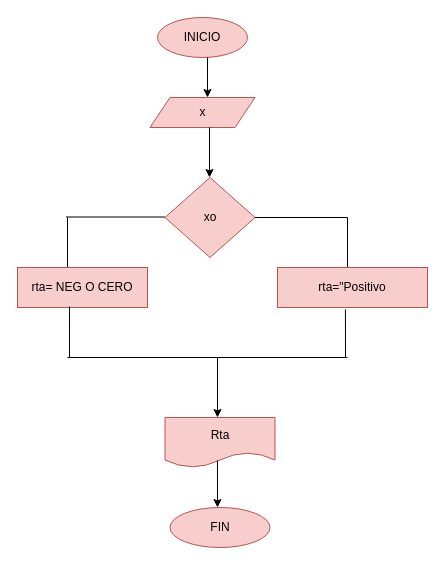
Above: ejercicio.1/diagrama.drawio in mariagomez1-hub/taller_condicionales (draw.io), before the change. Source tidied: cells renumbered, new cells numbered last; positions are measured from the earlier drawing's top-left corner, leaving out a move shared by most shapes. Both pictures are drawn from the tidied source at 100%, with x=0, y=0 at pixel (17, 17).
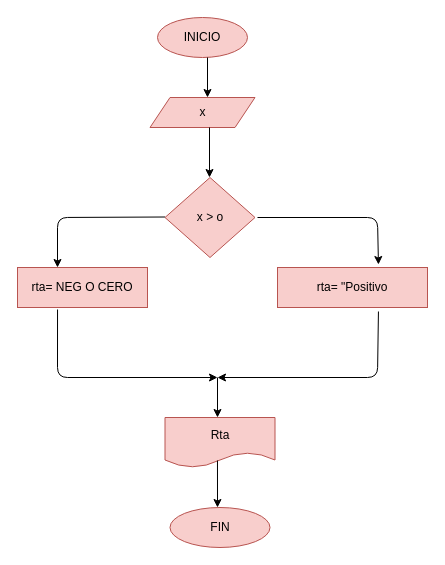
The same diagram, later.

The change refers to these unchanged cells:
```xml
<mxCell id="11" value="rta= NEG O CERO" style="rounded=0;whiteSpace=wrap;html=1;fillColor=#f8cecc;strokeColor=#b85450;" parent="1" vertex="1">
  <mxGeometry y="250" width="130" height="40" as="geometry" />
</mxCell>
```

The edit, as a diff of the source:
```diff
@@
-    <mxCell id="6" value="xo" style="rhombus;whiteSpace=wrap;html=1;fillColor=#f8cecc;strokeColor=#b85450;" parent="1" vertex="1">
+    <mxCell id="6" value="x &amp;gt; o" style="rhombus;whiteSpace=wrap;html=1;fillColor=#f8cecc;strokeColor=#b85450;" parent="1" vertex="1">
       <mxGeometry x="147.5" y="160" width="90" height="80" as="geometry" />
     </mxCell>
-    <mxCell id="7" style="endArrow=none;html=1;exitX=1;exitY=0.5;exitDx=0;exitDy=0;" parent="1" edge="1" source="6">
-      <mxGeometry relative="1" as="geometry">
-        <mxPoint x="330" y="200" as="targetPoint" />
-      </mxGeometry>
-    </mxCell>
-    <mxCell id="8" style="endArrow=none;html=1;exitX=0.928;exitY=0.538;exitDx=0;exitDy=0;exitPerimeter=0;" parent="1" edge="1">
-      <mxGeometry relative="1" as="geometry">
-        <mxPoint x="48.5" y="199.5" as="sourcePoint" />
-        <mxPoint x="147.5" y="199.5" as="targetPoint" />
-      </mxGeometry>
-    </mxCell>
-    <mxCell id="9" style="endArrow=none;html=1;" parent="1" edge="1">
-      <mxGeometry relative="1" as="geometry">
-        <mxPoint x="50" y="250" as="sourcePoint" />
-        <mxPoint x="50" y="200" as="targetPoint" />
-      </mxGeometry>
-    </mxCell>
-    <mxCell id="10" style="endArrow=none;html=1;" parent="1" edge="1">
-      <mxGeometry relative="1" as="geometry">
-        <mxPoint x="330" y="250" as="sourcePoint" />
-        <mxPoint x="330" y="200" as="targetPoint" />
-      </mxGeometry>
-    </mxCell>
@@
-    <mxCell id="12" value="rta=&quot;Positivo" style="rounded=0;whiteSpace=wrap;html=1;fillColor=#f8cecc;strokeColor=#b85450;" parent="1" vertex="1">
+    <mxCell id="12" value="rta= &quot;Positivo" style="rounded=0;whiteSpace=wrap;html=1;fillColor=#f8cecc;strokeColor=#b85450;" parent="1" vertex="1">
       <mxGeometry x="260" y="250" width="150" height="40" as="geometry" />
     </mxCell>
-    <mxCell id="13" style="endArrow=none;html=1;entryX=0.453;entryY=1.05;entryDx=0;entryDy=0;entryPerimeter=0;" parent="1" edge="1" target="12">
-      <mxGeometry relative="1" as="geometry">
-        <mxPoint x="328" y="340" as="sourcePoint" />
-      </mxGeometry>
-    </mxCell>
-    <mxCell id="14" style="endArrow=none;html=1;entryX=0.4;entryY=0.975;entryDx=0;entryDy=0;entryPerimeter=0;" parent="1" edge="1" target="11">
-      <mxGeometry relative="1" as="geometry">
-        <mxPoint x="52" y="340" as="sourcePoint" />
-      </mxGeometry>
-    </mxCell>
-    <mxCell id="15" style="endArrow=none;html=1;" parent="1" edge="1">
-      <mxGeometry relative="1" as="geometry">
-        <mxPoint x="50" y="340" as="sourcePoint" />
-        <mxPoint x="330" y="340" as="targetPoint" />
-      </mxGeometry>
-    </mxCell>
     <mxCell id="16" style="endArrow=classic;html=1;" parent="1" edge="1">
       <mxGeometry relative="1" as="geometry">
-        <mxPoint x="200" y="340" as="sourcePoint" />
+        <mxPoint x="200" y="360" as="sourcePoint" />
         <mxPoint x="200" y="400" as="targetPoint" />
       </mxGeometry>
     </mxCell>
@@
+    <mxCell id="20" style="endArrow=classic;html=1;exitX=0;exitY=0.5;exitDx=0;exitDy=0;" parent="1" edge="1">
+      <mxGeometry relative="1" as="geometry">
+        <mxPoint x="147.5" y="199.5" as="sourcePoint" />
+        <mxPoint x="40" y="250" as="targetPoint" />
+        <Array as="points">
+          <mxPoint x="40" y="200" />
+        </Array>
+      </mxGeometry>
+    </mxCell>
+    <mxCell id="21" style="endArrow=classic;html=1;entryX=0.673;entryY=-0.075;entryDx=0;entryDy=0;entryPerimeter=0;" parent="1" edge="1" target="12">
+      <mxGeometry relative="1" as="geometry">
+        <mxPoint x="240" y="200" as="sourcePoint" />
+        <Array as="points">
+          <mxPoint x="360" y="200" />
+        </Array>
+      </mxGeometry>
+    </mxCell>
+    <mxCell id="22" style="endArrow=classic;html=1;exitX=0.308;exitY=1.05;exitDx=0;exitDy=0;exitPerimeter=0;" parent="1" edge="1" source="11">
+      <mxGeometry relative="1" as="geometry">
+        <mxPoint x="200" y="360" as="targetPoint" />
+        <Array as="points">
+          <mxPoint x="40" y="360" />
+        </Array>
+      </mxGeometry>
+    </mxCell>
+    <mxCell id="23" style="endArrow=classic;html=1;exitX=0.673;exitY=1.1;exitDx=0;exitDy=0;exitPerimeter=0;" parent="1" edge="1" source="12">
+      <mxGeometry relative="1" as="geometry">
+        <mxPoint x="200" y="360" as="targetPoint" />
+        <Array as="points">
+          <mxPoint x="360" y="360" />
+        </Array>
+      </mxGeometry>
+    </mxCell>
```
